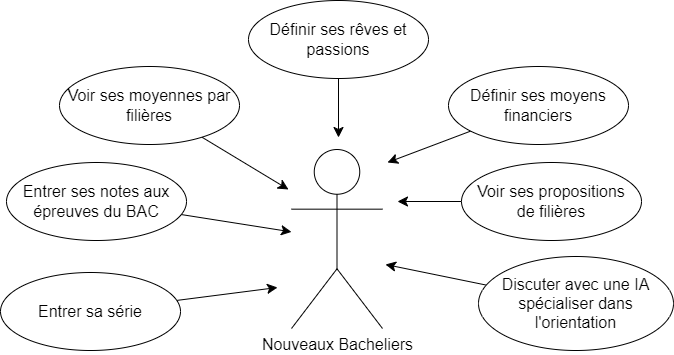
Earlier version of the draw.io export Diagrame_UML-Gnac_Orientation.drawio.png (Gnac05/uml-gnac_orientation). Source tidied: cells renumbered, new cells last; positions are measured from the earlier drawing's top-left corner, leaving out a move shared by most shapes.
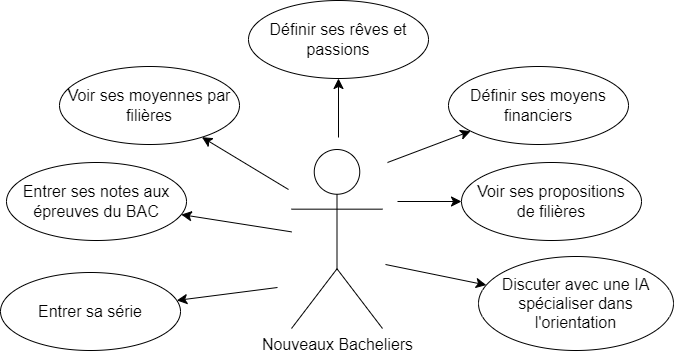
The same file after the commit.

The edit, as a diff of the source:
```diff
@@ -5,55 +5,55 @@
     <mxCell id="2" value="Nouveaux Bacheliers&lt;span id=&quot;docs-internal-guid-da75c117-7fff-f107-a890-4778e28b74f5&quot;&gt;&lt;/span&gt;" style="shape=umlActor;verticalLabelPosition=bottom;verticalAlign=top;html=1;outlineConnect=0;fontSize=16;" parent="1" vertex="1">
       <mxGeometry x="291" y="149" width="91" height="179" as="geometry" />
     </mxCell>
-    <mxCell id="3" style="edgeStyle=none;curved=1;rounded=0;jettySize=auto;html=1;fontSize=12;startSize=8;endSize=8;" parent="1" edge="1" source="4" target="2">
+    <mxCell id="3" style="edgeStyle=none;curved=1;rounded=0;jettySize=auto;html=1;fontSize=12;startSize=8;endSize=8;" parent="1" edge="1" source="2" target="4">
       <mxGeometry relative="1" as="geometry" />
     </mxCell>
     <mxCell id="4" value="Entrer ses notes aux épreuves du BAC" style="ellipse;whiteSpace=wrap;html=1;fontSize=16;" parent="1" vertex="1">
       <mxGeometry x="6" y="162" width="180" height="78" as="geometry" />
     </mxCell>
-    <mxCell id="5" style="edgeStyle=none;curved=1;rounded=0;jettySize=auto;html=1;fontSize=12;startSize=8;endSize=8;" parent="1" edge="1" source="6">
+    <mxCell id="5" style="edgeStyle=none;curved=1;rounded=0;jettySize=auto;html=1;fontSize=12;startSize=8;endSize=8;" parent="1" edge="1" target="6">
       <mxGeometry relative="1" as="geometry">
-        <mxPoint x="385" y="264" as="targetPoint" />
+        <mxPoint x="385" y="264" as="sourcePoint" />
       </mxGeometry>
     </mxCell>
     <mxCell id="6" value="Discuter avec une IA spécialiser dans l'orientation" style="ellipse;whiteSpace=wrap;html=1;fontSize=16;" parent="1" vertex="1">
       <mxGeometry x="478" y="256" width="195" height="94" as="geometry" />
     </mxCell>
-    <mxCell id="7" style="edgeStyle=none;curved=1;rounded=0;jettySize=auto;html=1;fontSize=12;startSize=8;endSize=8;" parent="1" edge="1" source="8">
+    <mxCell id="7" style="edgeStyle=none;curved=1;rounded=0;jettySize=auto;html=1;fontSize=12;startSize=8;endSize=8;" parent="1" edge="1" target="8">
       <mxGeometry relative="1" as="geometry">
-        <mxPoint x="277" y="287" as="targetPoint" />
+        <mxPoint x="277" y="287" as="sourcePoint" />
       </mxGeometry>
     </mxCell>
     <mxCell id="8" value="Entrer sa série" style="ellipse;whiteSpace=wrap;html=1;fontSize=16;" parent="1" vertex="1">
       <mxGeometry y="272" width="180" height="78" as="geometry" />
     </mxCell>
-    <mxCell id="9" style="edgeStyle=none;curved=1;rounded=0;jettySize=auto;html=1;fontSize=12;startSize=8;endSize=8;" parent="1" edge="1" source="10">
+    <mxCell id="9" style="edgeStyle=none;curved=1;rounded=0;jettySize=auto;html=1;fontSize=12;startSize=8;endSize=8;" parent="1" edge="1" target="10">
       <mxGeometry relative="1" as="geometry">
-        <mxPoint x="288" y="189" as="targetPoint" />
+        <mxPoint x="288" y="189" as="sourcePoint" />
       </mxGeometry>
     </mxCell>
     <mxCell id="10" value="Voir ses moyennes par filières" style="ellipse;whiteSpace=wrap;html=1;fontSize=16;" parent="1" vertex="1">
       <mxGeometry x="59" y="66" width="180" height="78" as="geometry" />
     </mxCell>
-    <mxCell id="11" style="edgeStyle=none;curved=1;rounded=0;jettySize=auto;html=1;fontSize=12;startSize=8;endSize=8;" parent="1" edge="1" source="12">
+    <mxCell id="11" style="edgeStyle=none;curved=1;rounded=0;jettySize=auto;html=1;fontSize=12;startSize=8;endSize=8;" parent="1" edge="1" target="12">
       <mxGeometry relative="1" as="geometry">
-        <mxPoint x="338" y="137" as="targetPoint" />
+        <mxPoint x="338" y="137" as="sourcePoint" />
       </mxGeometry>
     </mxCell>
     <mxCell id="12" value="Définir ses rêves et passions" style="ellipse;whiteSpace=wrap;html=1;fontSize=16;" parent="1" vertex="1">
       <mxGeometry x="248" width="180" height="78" as="geometry" />
     </mxCell>
-    <mxCell id="13" style="edgeStyle=none;curved=1;rounded=0;jettySize=auto;html=1;fontSize=12;startSize=8;endSize=8;" parent="1" edge="1" source="14">
+    <mxCell id="13" style="edgeStyle=none;curved=1;rounded=0;jettySize=auto;html=1;fontSize=12;startSize=8;endSize=8;" parent="1" edge="1" target="14">
       <mxGeometry relative="1" as="geometry">
-        <mxPoint x="387" y="162" as="targetPoint" />
+        <mxPoint x="387" y="162" as="sourcePoint" />
       </mxGeometry>
     </mxCell>
     <mxCell id="14" value="Définir ses moyens financiers" style="ellipse;whiteSpace=wrap;html=1;fontSize=16;" parent="1" vertex="1">
       <mxGeometry x="448" y="66" width="180" height="78" as="geometry" />
     </mxCell>
-    <mxCell id="15" style="edgeStyle=none;curved=1;rounded=0;jettySize=auto;html=1;fontSize=12;startSize=8;endSize=8;" parent="1" edge="1" source="16">
+    <mxCell id="15" style="edgeStyle=none;curved=1;rounded=0;jettySize=auto;html=1;fontSize=12;startSize=8;endSize=8;" parent="1" edge="1" target="16">
       <mxGeometry relative="1" as="geometry">
-        <mxPoint x="397" y="201" as="targetPoint" />
+        <mxPoint x="397" y="201" as="sourcePoint" />
       </mxGeometry>
     </mxCell>
     <mxCell id="16" value="Voir ses propositions &lt;br&gt;de filières" style="ellipse;whiteSpace=wrap;html=1;fontSize=16;" parent="1" vertex="1">
```
